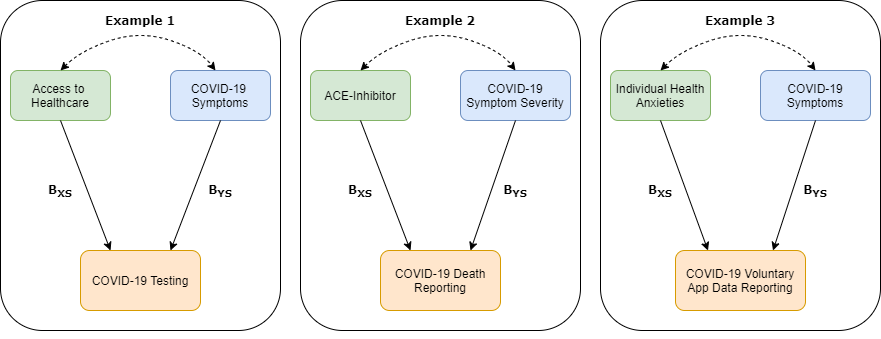
Above: www/COVID Colliders.png in Zimbabwelsh/AscRtainShiny (draw.io), before the change. Source tidied: cells renumbered, new cells last; positions are measured from the earlier drawing's top-left corner, leaving out a move shared by most shapes.
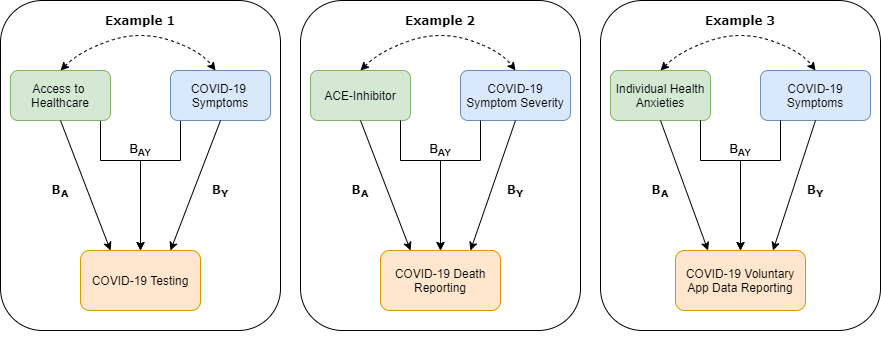
Above is the later version.

Change to the diagram source:
```diff
@@ -8,9 +8,29 @@
     <mxCell id="3" style="rounded=1;whiteSpace=wrap;html=1;fillColor=none;fontFamily=Verdana;" parent="1" vertex="1">
       <mxGeometry width="280" height="330" as="geometry" />
     </mxCell>
+    <mxCell id="33" style="edgeStyle=orthogonalEdgeStyle;rounded=0;jettySize=auto;html=1;exitX=0.25;exitY=1;exitDx=0;exitDy=0;" parent="1" edge="1" source="4">
+      <mxGeometry relative="1" as="geometry">
+        <mxPoint x="140" y="250" as="targetPoint" />
+        <Array as="points">
+          <mxPoint x="180" y="120" />
+          <mxPoint x="180" y="160" />
+          <mxPoint x="140" y="160" />
+        </Array>
+      </mxGeometry>
+    </mxCell>
     <mxCell id="4" value="COVID-19 &lt;br&gt;Symptoms" style="rounded=1;whiteSpace=wrap;html=1;fontSize=12;glass=0;strokeWidth=1;shadow=0;fillColor=#dae8fc;strokeColor=#6c8ebf;" parent="1" vertex="1">
       <mxGeometry x="170" y="70" width="100" height="50" as="geometry" />
     </mxCell>
+    <mxCell id="34" style="edgeStyle=orthogonalEdgeStyle;rounded=0;jettySize=auto;html=1;exitX=0.75;exitY=1;exitDx=0;exitDy=0;" parent="1" edge="1" source="5">
+      <mxGeometry relative="1" as="geometry">
+        <mxPoint x="140" y="250" as="targetPoint" />
+        <Array as="points">
+          <mxPoint x="100" y="120" />
+          <mxPoint x="100" y="160" />
+          <mxPoint x="140" y="160" />
+        </Array>
+      </mxGeometry>
+    </mxCell>
     <mxCell id="5" value="Access to &lt;br&gt;Healthcare" style="rounded=1;whiteSpace=wrap;html=1;fontSize=12;glass=0;strokeWidth=1;shadow=0;fillColor=#d5e8d4;strokeColor=#82b366;" parent="1" vertex="1">
       <mxGeometry x="10" y="70" width="100" height="50" as="geometry" />
     </mxCell>
@@ -23,10 +43,10 @@
     <mxCell id="8" value="COVID-19 Testing" style="rounded=1;whiteSpace=wrap;html=1;fillColor=#ffe6cc;strokeColor=#d79b00;" parent="1" vertex="1">
       <mxGeometry x="80" y="250" width="120" height="60" as="geometry" />
     </mxCell>
-    <mxCell id="9" value="B&lt;sub&gt;YS&lt;/sub&gt;" style="text;html=1;strokeColor=none;fillColor=none;align=center;verticalAlign=middle;whiteSpace=wrap;rounded=0;fontFamily=Verdana;fontStyle=1;" parent="1" vertex="1">
+    <mxCell id="9" value="B&lt;sub&gt;Y&lt;/sub&gt;" style="text;html=1;strokeColor=none;fillColor=none;align=center;verticalAlign=middle;whiteSpace=wrap;rounded=0;fontFamily=Verdana;fontStyle=1;" parent="1" vertex="1">
       <mxGeometry x="200" y="180" width="40" height="20" as="geometry" />
     </mxCell>
-    <mxCell id="10" value="B&lt;sub&gt;XS&lt;/sub&gt;" style="text;html=1;strokeColor=none;fillColor=none;align=center;verticalAlign=middle;whiteSpace=wrap;rounded=0;fontFamily=Verdana;fontStyle=1;" parent="1" vertex="1">
+    <mxCell id="10" value="B&lt;sub&gt;A&lt;/sub&gt;" style="text;html=1;strokeColor=none;fillColor=none;align=center;verticalAlign=middle;whiteSpace=wrap;rounded=0;fontFamily=Verdana;fontStyle=1;" parent="1" vertex="1">
       <mxGeometry x="40" y="180" width="40" height="20" as="geometry" />
     </mxCell>
     <mxCell id="11" value="COVID-19 Symptom Severity" style="rounded=1;whiteSpace=wrap;html=1;fontSize=12;glass=0;strokeWidth=1;shadow=0;fillColor=#dae8fc;strokeColor=#6c8ebf;" parent="1" vertex="1">
@@ -44,10 +64,10 @@
     <mxCell id="15" value="COVID-19 Death Reporting" style="rounded=1;whiteSpace=wrap;html=1;fillColor=#ffe6cc;strokeColor=#d79b00;" parent="1" vertex="1">
       <mxGeometry x="380" y="250" width="120" height="60" as="geometry" />
     </mxCell>
-    <mxCell id="16" value="B&lt;sub&gt;YS&lt;/sub&gt;" style="text;html=1;strokeColor=none;fillColor=none;align=center;verticalAlign=middle;whiteSpace=wrap;rounded=0;fontFamily=Verdana;fontStyle=1;" parent="1" vertex="1">
+    <mxCell id="16" value="B&lt;sub&gt;Y&lt;/sub&gt;" style="text;html=1;strokeColor=none;fillColor=none;align=center;verticalAlign=middle;whiteSpace=wrap;rounded=0;fontFamily=Verdana;fontStyle=1;" parent="1" vertex="1">
       <mxGeometry x="495" y="180" width="40" height="20" as="geometry" />
     </mxCell>
-    <mxCell id="17" value="B&lt;sub&gt;XS&lt;/sub&gt;" style="text;html=1;strokeColor=none;fillColor=none;align=center;verticalAlign=middle;whiteSpace=wrap;rounded=0;fontFamily=Verdana;fontStyle=1;" parent="1" vertex="1">
+    <mxCell id="17" value="B&lt;sub&gt;A&lt;/sub&gt;" style="text;html=1;strokeColor=none;fillColor=none;align=center;verticalAlign=middle;whiteSpace=wrap;rounded=0;fontFamily=Verdana;fontStyle=1;" parent="1" vertex="1">
       <mxGeometry x="340" y="180" width="40" height="20" as="geometry" />
     </mxCell>
     <mxCell id="18" value="Example 1" style="text;html=1;strokeColor=none;fillColor=none;align=center;verticalAlign=middle;whiteSpace=wrap;rounded=0;fontFamily=Verdana;fontStyle=1;" parent="1" vertex="1">
@@ -97,10 +117,10 @@
     <mxCell id="28" value="COVID-19 Voluntary App Data Reporting" style="rounded=1;whiteSpace=wrap;html=1;fillColor=#ffe6cc;strokeColor=#d79b00;" parent="1" vertex="1">
       <mxGeometry x="675" y="250" width="130" height="60" as="geometry" />
     </mxCell>
-    <mxCell id="29" value="B&lt;sub&gt;YS&lt;/sub&gt;" style="text;html=1;strokeColor=none;fillColor=none;align=center;verticalAlign=middle;whiteSpace=wrap;rounded=0;fontFamily=Verdana;fontStyle=1;" parent="1" vertex="1">
+    <mxCell id="29" value="B&lt;sub&gt;Y&lt;/sub&gt;" style="text;html=1;strokeColor=none;fillColor=none;align=center;verticalAlign=middle;whiteSpace=wrap;rounded=0;fontFamily=Verdana;fontStyle=1;" parent="1" vertex="1">
       <mxGeometry x="795" y="180" width="40" height="20" as="geometry" />
     </mxCell>
-    <mxCell id="30" value="B&lt;sub&gt;XS&lt;/sub&gt;" style="text;html=1;strokeColor=none;fillColor=none;align=center;verticalAlign=middle;whiteSpace=wrap;rounded=0;fontFamily=Verdana;fontStyle=1;" parent="1" vertex="1">
+    <mxCell id="30" value="B&lt;sub&gt;A&lt;/sub&gt;" style="text;html=1;strokeColor=none;fillColor=none;align=center;verticalAlign=middle;whiteSpace=wrap;rounded=0;fontFamily=Verdana;fontStyle=1;" parent="1" vertex="1">
       <mxGeometry x="640" y="180" width="40" height="20" as="geometry" />
     </mxCell>
     <mxCell id="31" value="Example 3" style="text;html=1;strokeColor=none;fillColor=none;align=center;verticalAlign=middle;whiteSpace=wrap;rounded=0;fontFamily=Verdana;fontStyle=1;" parent="1" vertex="1">
@@ -115,5 +135,58 @@
         </Array>
       </mxGeometry>
     </mxCell>
+    <mxCell id="35" style="edgeStyle=orthogonalEdgeStyle;rounded=0;orthogonalLoop=1;jettySize=auto;html=1;" parent="1" edge="1">
+      <mxGeometry relative="1" as="geometry">
+        <mxPoint x="400" y="120" as="sourcePoint" />
+        <mxPoint x="440" y="250" as="targetPoint" />
+        <Array as="points">
+          <mxPoint x="400" y="120" />
+          <mxPoint x="400" y="160" />
+          <mxPoint x="440" y="160" />
+        </Array>
+      </mxGeometry>
+    </mxCell>
+    <mxCell id="36" style="edgeStyle=orthogonalEdgeStyle;rounded=0;orthogonalLoop=1;jettySize=auto;html=1;" parent="1" edge="1">
+      <mxGeometry relative="1" as="geometry">
+        <mxPoint x="480" y="120" as="sourcePoint" />
+        <mxPoint x="440" y="250" as="targetPoint" />
+        <Array as="points">
+          <mxPoint x="480" y="120" />
+          <mxPoint x="480" y="160" />
+          <mxPoint x="440" y="160" />
+        </Array>
+      </mxGeometry>
+    </mxCell>
+    <mxCell id="37" style="edgeStyle=orthogonalEdgeStyle;rounded=0;orthogonalLoop=1;jettySize=auto;html=1;" parent="1" edge="1">
+      <mxGeometry relative="1" as="geometry">
+        <mxPoint x="780" y="120" as="sourcePoint" />
+        <mxPoint x="740" y="250" as="targetPoint" />
+        <Array as="points">
+          <mxPoint x="780" y="120" />
+          <mxPoint x="780" y="160" />
+          <mxPoint x="740" y="160" />
+        </Array>
+      </mxGeometry>
+    </mxCell>
+    <mxCell id="38" style="edgeStyle=orthogonalEdgeStyle;rounded=0;orthogonalLoop=1;jettySize=auto;html=1;" parent="1" edge="1">
+      <mxGeometry relative="1" as="geometry">
+        <mxPoint x="700" y="120" as="sourcePoint" />
+        <mxPoint x="740" y="250" as="targetPoint" />
+        <Array as="points">
+          <mxPoint x="700" y="120" />
+          <mxPoint x="700" y="160" />
+          <mxPoint x="740" y="160" />
+        </Array>
+      </mxGeometry>
+    </mxCell>
+    <mxCell id="39" value="&lt;b&gt;B&lt;sub&gt;AY&lt;/sub&gt;&lt;/b&gt;" style="text;html=1;strokeColor=none;fillColor=none;align=center;verticalAlign=middle;whiteSpace=wrap;rounded=0;" parent="1" vertex="1">
+      <mxGeometry x="120" y="140" width="40" height="20" as="geometry" />
+    </mxCell>
+    <mxCell id="40" value="&lt;b&gt;B&lt;sub&gt;AY&lt;/sub&gt;&lt;/b&gt;" style="text;html=1;strokeColor=none;fillColor=none;align=center;verticalAlign=middle;whiteSpace=wrap;rounded=0;" parent="1" vertex="1">
+      <mxGeometry x="720" y="140" width="40" height="20" as="geometry" />
+    </mxCell>
+    <mxCell id="41" value="&lt;b&gt;B&lt;sub&gt;AY&lt;/sub&gt;&lt;/b&gt;" style="text;html=1;strokeColor=none;fillColor=none;align=center;verticalAlign=middle;whiteSpace=wrap;rounded=0;" parent="1" vertex="1">
+      <mxGeometry x="420" y="140" width="40" height="20" as="geometry" />
+    </mxCell>
   </root>
 </mxGraphModel>
```
